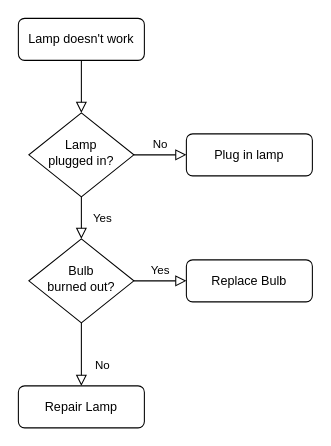
The draw.io diagram ass1/comp9900.drawio in bekon-official/GSOE9820, before the edit. Source tidied: cells renumbered, new cells numbered last; positions are measured from the earlier drawing's top-left corner, leaving out a move shared by most shapes. Both pictures are drawn from the tidied source at 105%, with x=0, y=0 at pixel (18, 18).
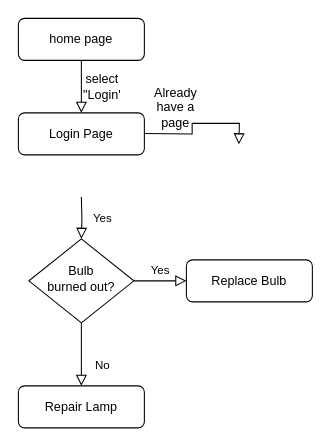
The same diagram, later.

What changed in the source:
```diff
@@
 <mxGraphModel>
   <root>
     <mxCell id="0" />
     <mxCell id="1" parent="0" />
-    <mxCell id="2" style="rounded=0;html=1;jettySize=auto;fontSize=11;endArrow=block;endFill=0;endSize=8;strokeWidth=1;shadow=0;labelBackgroundColor=none;edgeStyle=orthogonalEdgeStyle;" parent="1" edge="1" source="3" target="6">
-      <mxGeometry relative="1" as="geometry" />
+    <mxCell id="2" style="rounded=0;html=1;jettySize=auto;fontSize=11;endArrow=block;endFill=0;endSize=8;strokeWidth=1;shadow=0;labelBackgroundColor=none;edgeStyle=orthogonalEdgeStyle;" parent="1" edge="1" source="3">
+      <mxGeometry relative="1" as="geometry">
+        <mxPoint x="60" y="90" as="targetPoint" />
+      </mxGeometry>
     </mxCell>
-    <mxCell id="3" value="Lamp doesn't work" style="rounded=1;whiteSpace=wrap;html=1;fontSize=12;glass=0;strokeWidth=1;shadow=0;" parent="1" vertex="1">
+    <mxCell id="3" value="home page" style="rounded=1;whiteSpace=wrap;html=1;fontSize=12;glass=0;strokeWidth=1;shadow=0;" parent="1" vertex="1">
       <mxGeometry width="120" height="40" as="geometry" />
     </mxCell>
-    <mxCell id="4" value="Yes" style="rounded=0;html=1;jettySize=auto;fontSize=11;endArrow=block;endFill=0;endSize=8;strokeWidth=1;shadow=0;labelBackgroundColor=none;edgeStyle=orthogonalEdgeStyle;" parent="1" edge="1" source="6" target="10">
-      <mxGeometry y="20" relative="1" as="geometry" />
+    <mxCell id="4" value="Yes" style="rounded=0;html=1;jettySize=auto;fontSize=11;endArrow=block;endFill=0;endSize=8;strokeWidth=1;shadow=0;labelBackgroundColor=none;edgeStyle=orthogonalEdgeStyle;" parent="1" edge="1" target="10">
+      <mxGeometry y="20" relative="1" as="geometry">
+        <mxPoint x="60" y="170" as="sourcePoint" />
+      </mxGeometry>
     </mxCell>
-    <mxCell id="5" value="No" style="edgeStyle=orthogonalEdgeStyle;rounded=0;html=1;jettySize=auto;fontSize=11;endArrow=block;endFill=0;endSize=8;strokeWidth=1;shadow=0;labelBackgroundColor=none;" parent="1" edge="1" source="6" target="7">
-      <mxGeometry y="10" relative="1" as="geometry" />
-    </mxCell>
-    <mxCell id="6" value="Lamp&lt;br&gt;plugged in?" style="rhombus;whiteSpace=wrap;html=1;shadow=0;fontFamily=Helvetica;fontSize=12;align=center;strokeWidth=1;spacing=6;spacingTop=-4;" parent="1" vertex="1">
-      <mxGeometry x="10" y="90" width="100" height="80" as="geometry" />
-    </mxCell>
-    <mxCell id="7" value="Plug in lamp" style="rounded=1;whiteSpace=wrap;html=1;fontSize=12;glass=0;strokeWidth=1;shadow=0;" parent="1" vertex="1">
-      <mxGeometry x="160" y="110" width="120" height="40" as="geometry" />
+    <mxCell id="7" value="Login Page" style="rounded=1;whiteSpace=wrap;html=1;fontSize=12;glass=0;strokeWidth=1;shadow=0;" parent="1" vertex="1">
+      <mxGeometry y="90" width="120" height="40" as="geometry" />
     </mxCell>
     <mxCell id="8" value="No" style="rounded=0;html=1;jettySize=auto;fontSize=11;endArrow=block;endFill=0;endSize=8;strokeWidth=1;shadow=0;labelBackgroundColor=none;edgeStyle=orthogonalEdgeStyle;" parent="1" edge="1" source="10" target="11">
       <mxGeometry x="0.33" y="20" relative="1" as="geometry" />
     </mxCell>
     <mxCell id="9" value="Yes" style="edgeStyle=orthogonalEdgeStyle;rounded=0;html=1;jettySize=auto;fontSize=11;endArrow=block;endFill=0;endSize=8;strokeWidth=1;shadow=0;labelBackgroundColor=none;" parent="1" edge="1" source="10" target="12">
       <mxGeometry y="10" relative="1" as="geometry" />
     </mxCell>
     <mxCell id="10" value="Bulb&lt;br&gt;burned out?" style="rhombus;whiteSpace=wrap;html=1;shadow=0;fontFamily=Helvetica;fontSize=12;align=center;strokeWidth=1;spacing=6;spacingTop=-4;" parent="1" vertex="1">
       <mxGeometry x="10" y="210" width="100" height="80" as="geometry" />
     </mxCell>
     <mxCell id="11" value="Repair Lamp" style="rounded=1;whiteSpace=wrap;html=1;fontSize=12;glass=0;strokeWidth=1;shadow=0;" parent="1" vertex="1">
       <mxGeometry y="350" width="120" height="40" as="geometry" />
     </mxCell>
     <mxCell id="12" value="Replace Bulb" style="rounded=1;whiteSpace=wrap;html=1;fontSize=12;glass=0;strokeWidth=1;shadow=0;" parent="1" vertex="1">
       <mxGeometry x="160" y="230" width="120" height="40" as="geometry" />
     </mxCell>
+    <mxCell id="13" value="select &quot;Login'" style="text;html=1;strokeColor=none;fillColor=none;align=center;verticalAlign=middle;whiteSpace=wrap;rounded=0;" parent="1" vertex="1">
+      <mxGeometry x="50" y="50" width="60" height="30" as="geometry" />
+    </mxCell>
+    <mxCell id="14" style="rounded=0;html=1;jettySize=auto;orthogonalLoop=1;fontSize=11;endArrow=block;endFill=0;endSize=8;strokeWidth=1;shadow=0;labelBackgroundColor=none;edgeStyle=orthogonalEdgeStyle;" parent="1" edge="1">
+      <mxGeometry relative="1" as="geometry">
+        <mxPoint x="120" y="109.7" as="sourcePoint" />
+        <mxPoint x="210" y="120" as="targetPoint" />
+      </mxGeometry>
+    </mxCell>
+    <mxCell id="15" value="Already have a page" style="text;html=1;strokeColor=none;fillColor=none;align=center;verticalAlign=middle;whiteSpace=wrap;rounded=0;" parent="1" vertex="1">
+      <mxGeometry x="120" y="70" width="60" height="30" as="geometry" />
+    </mxCell>
   </root>
 </mxGraphModel>
```
